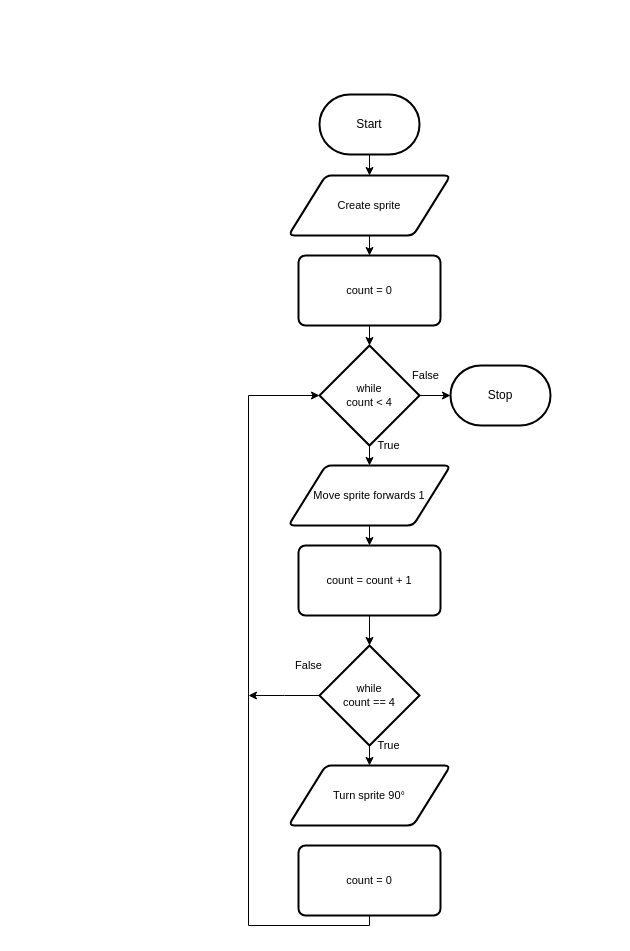
Earlier version of the draw.io diagram design/flowchart.drawio (MTHS-TEJ2O-1-2024/TEJ2O-Unit-2-15B-Caleb-Andreas). Source tidied: cells renumbered, new cells numbered last; positions are measured from the earlier drawing's top-left corner, leaving out a move shared by most shapes. Both pictures are drawn from the tidied source at 100%, with x=0, y=0 at pixel (248, 94).
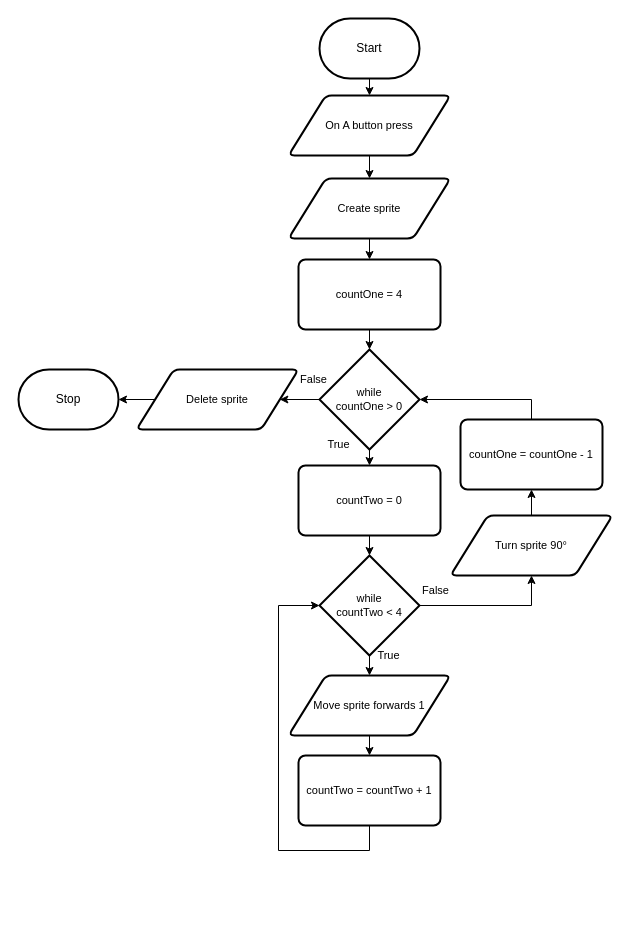
The same page after the edit.

Diff of the diagram source:
```diff
@@
-    <mxCell id="2" style="edgeStyle=orthogonalEdgeStyle;shape=connector;rounded=0;html=1;exitX=0.5;exitY=1;exitDx=0;exitDy=0;exitPerimeter=0;entryX=0.5;entryY=0;entryDx=0;entryDy=0;labelBackgroundColor=default;strokeColor=default;fontFamily=Helvetica;fontSize=11;fontColor=default;endArrow=classic;" parent="1" edge="1" source="3" target="6">
-      <mxGeometry relative="1" as="geometry" />
-    </mxCell>
+    <mxCell id="26" style="edgeStyle=orthogonalEdgeStyle;shape=connector;rounded=0;html=1;exitX=0.5;exitY=1;exitDx=0;exitDy=0;exitPerimeter=0;entryX=0.5;entryY=0;entryDx=0;entryDy=0;labelBackgroundColor=default;strokeColor=default;fontFamily=Helvetica;fontSize=11;fontColor=default;endArrow=classic;" parent="1" edge="1" source="3" target="31">
+      <mxGeometry relative="1" as="geometry" />
+    </mxCell>
     <mxCell id="3" value="Start" style="strokeWidth=2;html=1;shape=mxgraph.flowchart.terminator;whiteSpace=wrap;" parent="1" vertex="1">
-      <mxGeometry x="71" width="100" height="60" as="geometry" />
+      <mxGeometry x="71" y="-76" width="100" height="60" as="geometry" />
     </mxCell>
     <mxCell id="4" value="Stop" style="strokeWidth=2;html=1;shape=mxgraph.flowchart.terminator;whiteSpace=wrap;" parent="1" vertex="1">
-      <mxGeometry x="202" y="271" width="100" height="60" as="geometry" />
+      <mxGeometry x="-230" y="275" width="100" height="60" as="geometry" />
     </mxCell>
-    <mxCell id="5" style="edgeStyle=orthogonalEdgeStyle;shape=connector;rounded=0;html=1;exitX=0.5;exitY=1;exitDx=0;exitDy=0;entryX=0.5;entryY=0;entryDx=0;entryDy=0;labelBackgroundColor=default;strokeColor=default;fontFamily=Helvetica;fontSize=11;fontColor=default;endArrow=classic;" parent="1" edge="1" source="6" target="16">
-      <mxGeometry relative="1" as="geometry" />
-    </mxCell>
+    <mxCell id="27" style="edgeStyle=orthogonalEdgeStyle;shape=connector;rounded=0;html=1;exitX=0.5;exitY=1;exitDx=0;exitDy=0;entryX=0.5;entryY=0;entryDx=0;entryDy=0;labelBackgroundColor=default;strokeColor=default;fontFamily=Helvetica;fontSize=11;fontColor=default;endArrow=classic;" parent="1" edge="1" source="6" target="33">
+      <mxGeometry relative="1" as="geometry" />
+    </mxCell>
     <mxCell id="6" value="Create sprite" style="shape=parallelogram;html=1;strokeWidth=2;perimeter=parallelogramPerimeter;whiteSpace=wrap;rounded=1;arcSize=12;size=0.23;fontFamily=Helvetica;fontSize=11;fontColor=default;" parent="1" vertex="1">
-      <mxGeometry x="40" y="81" width="162" height="60" as="geometry" />
+      <mxGeometry x="40" y="84" width="162" height="60" as="geometry" />
     </mxCell>
@@
-    <mxCell id="8" style="edgeStyle=orthogonalEdgeStyle;shape=connector;rounded=0;html=1;exitX=1;exitY=0.5;exitDx=0;exitDy=0;exitPerimeter=0;entryX=0;entryY=0.5;entryDx=0;entryDy=0;entryPerimeter=0;labelBackgroundColor=default;strokeColor=default;fontFamily=Helvetica;fontSize=11;fontColor=default;endArrow=classic;" parent="1" edge="1" source="9" target="4">
-      <mxGeometry relative="1" as="geometry" />
-    </mxCell>
+    <mxCell id="28" style="edgeStyle=orthogonalEdgeStyle;shape=connector;rounded=0;html=1;exitX=1;exitY=0.5;exitDx=0;exitDy=0;exitPerimeter=0;entryX=0.5;entryY=1;entryDx=0;entryDy=0;labelBackgroundColor=default;strokeColor=default;fontFamily=Helvetica;fontSize=11;fontColor=default;endArrow=classic;" parent="1" edge="1" source="9" target="20">
+      <mxGeometry relative="1" as="geometry" />
+    </mxCell>
-    <mxCell id="9" value="while&lt;br&gt;count &amp;lt; 4" style="strokeWidth=2;html=1;shape=mxgraph.flowchart.decision;whiteSpace=wrap;fontFamily=Helvetica;fontSize=11;fontColor=default;" parent="1" vertex="1">
-      <mxGeometry x="71" y="251" width="100" height="100" as="geometry" />
+    <mxCell id="9" value="while&lt;br&gt;countTwo &amp;lt; 4" style="strokeWidth=2;html=1;shape=mxgraph.flowchart.decision;whiteSpace=wrap;fontFamily=Helvetica;fontSize=11;fontColor=default;" parent="1" vertex="1">
+      <mxGeometry x="71" y="461" width="100" height="100" as="geometry" />
     </mxCell>
@@
     <mxCell id="11" value="Move sprite forwards 1" style="shape=parallelogram;html=1;strokeWidth=2;perimeter=parallelogramPerimeter;whiteSpace=wrap;rounded=1;arcSize=12;size=0.23;fontFamily=Helvetica;fontSize=11;fontColor=default;" parent="1" vertex="1">
-      <mxGeometry x="40" y="371" width="162" height="60" as="geometry" />
+      <mxGeometry x="40" y="581" width="162" height="60" as="geometry" />
     </mxCell>
-    <mxCell id="12" style="edgeStyle=orthogonalEdgeStyle;shape=connector;rounded=0;html=1;exitX=0.5;exitY=1;exitDx=0;exitDy=0;entryX=0.5;entryY=0;entryDx=0;entryDy=0;entryPerimeter=0;labelBackgroundColor=default;strokeColor=default;fontFamily=Helvetica;fontSize=11;fontColor=default;endArrow=classic;" parent="1" edge="1" source="13" target="19">
-      <mxGeometry relative="1" as="geometry" />
-    </mxCell>
+    <mxCell id="29" style="edgeStyle=orthogonalEdgeStyle;shape=connector;rounded=0;html=1;exitX=0.5;exitY=1;exitDx=0;exitDy=0;entryX=0;entryY=0.5;entryDx=0;entryDy=0;entryPerimeter=0;labelBackgroundColor=default;strokeColor=default;fontFamily=Helvetica;fontSize=11;fontColor=default;endArrow=classic;" parent="1" edge="1" source="13" target="9">
+      <mxGeometry relative="1" as="geometry">
+        <Array as="points">
+          <mxPoint x="121" y="756" />
+          <mxPoint x="30" y="756" />
+          <mxPoint x="30" y="511" />
+        </Array>
+      </mxGeometry>
+    </mxCell>
-    <mxCell id="13" value="count = count + 1" style="rounded=1;whiteSpace=wrap;html=1;absoluteArcSize=1;arcSize=14;strokeWidth=2;fontFamily=Helvetica;fontSize=11;fontColor=default;" parent="1" vertex="1">
-      <mxGeometry x="50" y="451" width="142" height="70" as="geometry" />
+    <mxCell id="13" value="countTwo = countTwo + 1" style="rounded=1;whiteSpace=wrap;html=1;absoluteArcSize=1;arcSize=14;strokeWidth=2;fontFamily=Helvetica;fontSize=11;fontColor=default;" parent="1" vertex="1">
+      <mxGeometry x="50" y="661" width="142" height="70" as="geometry" />
     </mxCell>
     <mxCell id="14" value="True" style="text;html=1;align=center;verticalAlign=middle;strokeColor=none;fillColor=none;fontSize=11;fontFamily=Helvetica;fontColor=default;" parent="1" vertex="1">
-      <mxGeometry x="115" y="336" width="50" height="30" as="geometry" />
+      <mxGeometry x="115" y="546" width="50" height="30" as="geometry" />
     </mxCell>
@@
-    <mxCell id="16" value="count = 0" style="rounded=1;whiteSpace=wrap;html=1;absoluteArcSize=1;arcSize=14;strokeWidth=2;fontFamily=Helvetica;fontSize=11;fontColor=default;" parent="1" vertex="1">
-      <mxGeometry x="50" y="161" width="142" height="70" as="geometry" />
+    <mxCell id="16" value="countTwo = 0" style="rounded=1;whiteSpace=wrap;html=1;absoluteArcSize=1;arcSize=14;strokeWidth=2;fontFamily=Helvetica;fontSize=11;fontColor=default;" parent="1" vertex="1">
+      <mxGeometry x="50" y="371" width="142" height="70" as="geometry" />
     </mxCell>
-    <mxCell id="17" style="edgeStyle=orthogonalEdgeStyle;shape=connector;rounded=0;html=1;exitX=0.5;exitY=1;exitDx=0;exitDy=0;exitPerimeter=0;entryX=0.5;entryY=0;entryDx=0;entryDy=0;labelBackgroundColor=default;strokeColor=default;fontFamily=Helvetica;fontSize=11;fontColor=default;endArrow=classic;" parent="1" edge="1" source="19" target="20">
-      <mxGeometry relative="1" as="geometry" />
-    </mxCell>
-    <mxCell id="18" style="edgeStyle=orthogonalEdgeStyle;shape=connector;rounded=0;html=1;exitX=0;exitY=0.5;exitDx=0;exitDy=0;exitPerimeter=0;labelBackgroundColor=default;strokeColor=default;fontFamily=Helvetica;fontSize=11;fontColor=default;endArrow=classic;" parent="1" edge="1" source="19">
-      <mxGeometry relative="1" as="geometry">
-        <mxPoint y="601" as="targetPoint" />
-      </mxGeometry>
-    </mxCell>
-    <mxCell id="19" value="while&lt;br&gt;count == 4" style="strokeWidth=2;html=1;shape=mxgraph.flowchart.decision;whiteSpace=wrap;fontFamily=Helvetica;fontSize=11;fontColor=default;" parent="1" vertex="1">
-      <mxGeometry x="71" y="551" width="100" height="100" as="geometry" />
-    </mxCell>
-    <mxCell id="20" value="Turn sprite 90°" style="shape=parallelogram;html=1;strokeWidth=2;perimeter=parallelogramPerimeter;whiteSpace=wrap;rounded=1;arcSize=12;size=0.23;fontFamily=Helvetica;fontSize=11;fontColor=default;" parent="1" vertex="1">
-      <mxGeometry x="40" y="671" width="162" height="60" as="geometry" />
-    </mxCell>
+    <mxCell id="25" value="False" style="text;html=1;align=center;verticalAlign=middle;strokeColor=none;fillColor=none;fontSize=11;fontFamily=Helvetica;fontColor=default;" parent="1" vertex="1">
+      <mxGeometry x="162" y="481" width="50" height="30" as="geometry" />
+    </mxCell>
+    <mxCell id="30" style="edgeStyle=orthogonalEdgeStyle;shape=connector;rounded=0;html=1;exitX=0.5;exitY=1;exitDx=0;exitDy=0;entryX=0.5;entryY=0;entryDx=0;entryDy=0;labelBackgroundColor=default;strokeColor=default;fontFamily=Helvetica;fontSize=11;fontColor=default;endArrow=classic;" parent="1" edge="1" source="31" target="6">
+      <mxGeometry relative="1" as="geometry" />
+    </mxCell>
+    <mxCell id="31" value="On A button press" style="shape=parallelogram;html=1;strokeWidth=2;perimeter=parallelogramPerimeter;whiteSpace=wrap;rounded=1;arcSize=12;size=0.23;fontFamily=Helvetica;fontSize=11;fontColor=default;" parent="1" vertex="1">
+      <mxGeometry x="40" y="1" width="162" height="60" as="geometry" />
+    </mxCell>
+    <mxCell id="32" style="edgeStyle=orthogonalEdgeStyle;shape=connector;rounded=0;html=1;exitX=0.5;exitY=1;exitDx=0;exitDy=0;entryX=0.5;entryY=0;entryDx=0;entryDy=0;entryPerimeter=0;labelBackgroundColor=default;strokeColor=default;fontFamily=Helvetica;fontSize=11;fontColor=default;endArrow=classic;" parent="1" edge="1" source="33" target="36">
+      <mxGeometry relative="1" as="geometry" />
+    </mxCell>
+    <mxCell id="33" value="countOne = 4" style="rounded=1;whiteSpace=wrap;html=1;absoluteArcSize=1;arcSize=14;strokeWidth=2;fontFamily=Helvetica;fontSize=11;fontColor=default;" parent="1" vertex="1">
+      <mxGeometry x="50" y="165" width="142" height="70" as="geometry" />
+    </mxCell>
+    <mxCell id="34" style="edgeStyle=orthogonalEdgeStyle;shape=connector;rounded=0;html=1;exitX=0.5;exitY=1;exitDx=0;exitDy=0;exitPerimeter=0;entryX=0.5;entryY=0;entryDx=0;entryDy=0;labelBackgroundColor=default;strokeColor=default;fontFamily=Helvetica;fontSize=11;fontColor=default;endArrow=classic;" parent="1" edge="1" source="36" target="16">
+      <mxGeometry relative="1" as="geometry" />
+    </mxCell>
+    <mxCell id="35" style="edgeStyle=orthogonalEdgeStyle;shape=connector;rounded=0;html=1;exitX=0;exitY=0.5;exitDx=0;exitDy=0;exitPerimeter=0;entryX=1;entryY=0.5;entryDx=0;entryDy=0;labelBackgroundColor=default;strokeColor=default;fontFamily=Helvetica;fontSize=11;fontColor=default;endArrow=classic;" parent="1" edge="1" source="36" target="41">
+      <mxGeometry relative="1" as="geometry" />
+    </mxCell>
+    <mxCell id="36" value="while&lt;br&gt;countOne &amp;gt; 0" style="strokeWidth=2;html=1;shape=mxgraph.flowchart.decision;whiteSpace=wrap;fontFamily=Helvetica;fontSize=11;fontColor=default;" parent="1" vertex="1">
+      <mxGeometry x="71" y="255" width="100" height="100" as="geometry" />
+    </mxCell>
     <mxCell id="21" value="True" style="text;html=1;align=center;verticalAlign=middle;strokeColor=none;fillColor=none;fontSize=11;fontFamily=Helvetica;fontColor=default;" parent="1" vertex="1">
-      <mxGeometry x="115" y="636" width="50" height="30" as="geometry" />
+      <mxGeometry x="65" y="335" width="50" height="30" as="geometry" />
     </mxCell>
     <mxCell id="22" value="False" style="text;html=1;align=center;verticalAlign=middle;strokeColor=none;fillColor=none;fontSize=11;fontFamily=Helvetica;fontColor=default;" parent="1" vertex="1">
-      <mxGeometry x="35" y="556" width="50" height="30" as="geometry" />
+      <mxGeometry x="40" y="270" width="50" height="30" as="geometry" />
     </mxCell>
-    <mxCell id="23" style="edgeStyle=orthogonalEdgeStyle;shape=connector;rounded=0;html=1;exitX=0.5;exitY=1;exitDx=0;exitDy=0;entryX=0;entryY=0.5;entryDx=0;entryDy=0;entryPerimeter=0;labelBackgroundColor=default;strokeColor=default;fontFamily=Helvetica;fontSize=11;fontColor=default;endArrow=classic;" parent="1" edge="1" source="24" target="9">
-      <mxGeometry relative="1" as="geometry">
-        <Array as="points">
-          <mxPoint x="121" y="831" />
-          <mxPoint y="831" />
-          <mxPoint y="301" />
-        </Array>
-      </mxGeometry>
-    </mxCell>
-    <mxCell id="24" value="count = 0" style="rounded=1;whiteSpace=wrap;html=1;absoluteArcSize=1;arcSize=14;strokeWidth=2;fontFamily=Helvetica;fontSize=11;fontColor=default;" parent="1" vertex="1">
-      <mxGeometry x="50" y="751" width="142" height="70" as="geometry" />
-    </mxCell>
-    <mxCell id="25" value="False" style="text;html=1;align=center;verticalAlign=middle;strokeColor=none;fillColor=none;fontSize=11;fontFamily=Helvetica;fontColor=default;" parent="1" vertex="1">
-      <mxGeometry x="152" y="266" width="50" height="30" as="geometry" />
-    </mxCell>
+    <mxCell id="37" style="edgeStyle=orthogonalEdgeStyle;shape=connector;rounded=0;html=1;exitX=0.5;exitY=0;exitDx=0;exitDy=0;entryX=0.5;entryY=1;entryDx=0;entryDy=0;labelBackgroundColor=default;strokeColor=default;fontFamily=Helvetica;fontSize=11;fontColor=default;endArrow=classic;" parent="1" edge="1" source="20" target="39">
+      <mxGeometry relative="1" as="geometry" />
+    </mxCell>
+    <mxCell id="20" value="Turn sprite 90°" style="shape=parallelogram;html=1;strokeWidth=2;perimeter=parallelogramPerimeter;whiteSpace=wrap;rounded=1;arcSize=12;size=0.23;fontFamily=Helvetica;fontSize=11;fontColor=default;" parent="1" vertex="1">
+      <mxGeometry x="202" y="421" width="162" height="60" as="geometry" />
+    </mxCell>
+    <mxCell id="38" style="edgeStyle=orthogonalEdgeStyle;shape=connector;rounded=0;html=1;exitX=0.5;exitY=0;exitDx=0;exitDy=0;entryX=1;entryY=0.5;entryDx=0;entryDy=0;entryPerimeter=0;labelBackgroundColor=default;strokeColor=default;fontFamily=Helvetica;fontSize=11;fontColor=default;endArrow=classic;" parent="1" edge="1" source="39" target="36">
+      <mxGeometry relative="1" as="geometry" />
+    </mxCell>
+    <mxCell id="39" value="countOne = countOne - 1" style="rounded=1;whiteSpace=wrap;html=1;absoluteArcSize=1;arcSize=14;strokeWidth=2;fontFamily=Helvetica;fontSize=11;fontColor=default;" parent="1" vertex="1">
+      <mxGeometry x="212" y="325" width="142" height="70" as="geometry" />
+    </mxCell>
+    <mxCell id="40" style="edgeStyle=orthogonalEdgeStyle;shape=connector;rounded=0;html=1;exitX=0;exitY=0.5;exitDx=0;exitDy=0;entryX=1;entryY=0.5;entryDx=0;entryDy=0;entryPerimeter=0;labelBackgroundColor=default;strokeColor=default;fontFamily=Helvetica;fontSize=11;fontColor=default;endArrow=classic;" parent="1" edge="1" source="41" target="4">
+      <mxGeometry relative="1" as="geometry" />
+    </mxCell>
+    <mxCell id="41" value="Delete sprite" style="shape=parallelogram;html=1;strokeWidth=2;perimeter=parallelogramPerimeter;whiteSpace=wrap;rounded=1;arcSize=12;size=0.23;fontFamily=Helvetica;fontSize=11;fontColor=default;" parent="1" vertex="1">
+      <mxGeometry x="-112" y="275" width="162" height="60" as="geometry" />
+    </mxCell>
```
